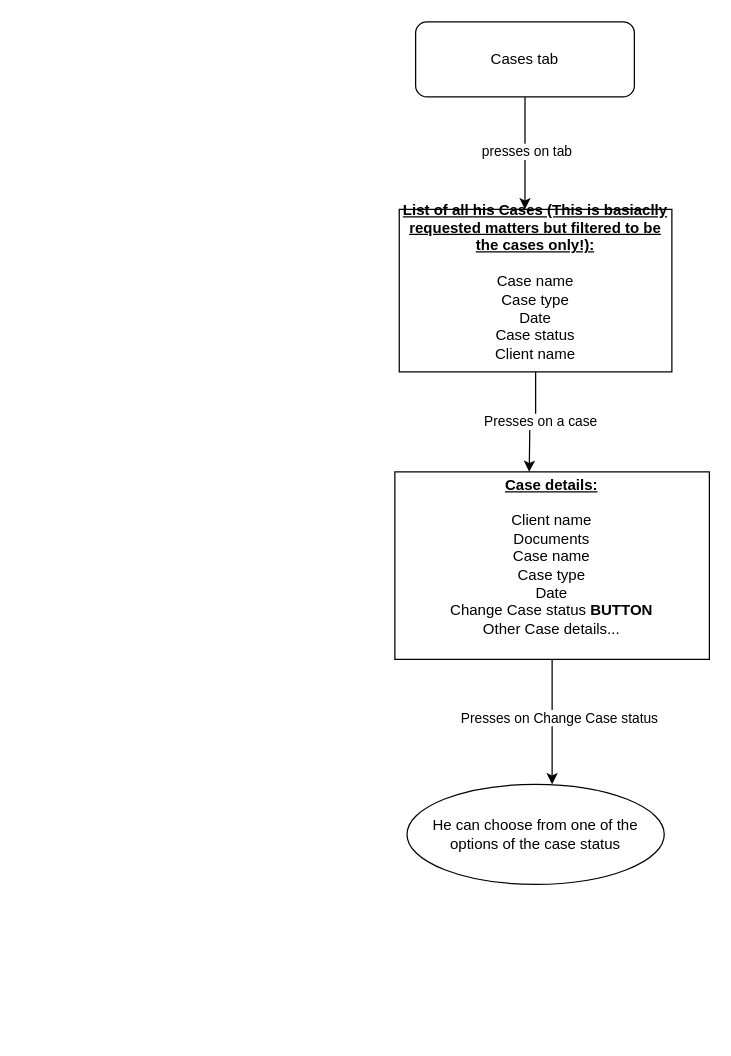
Before: page "CasesTab" (8 of 10) of LawyerApp.drawio in tariq7299/LawyerPrep, a draw.io diagram. Source tidied: cells renumbered, new cells numbered last; positions are measured from the earlier drawing's top-left corner, leaving out a move shared by most shapes. Both pictures are drawn from the tidied source at 125%, with x=0, y=0 at pixel (394, 21).
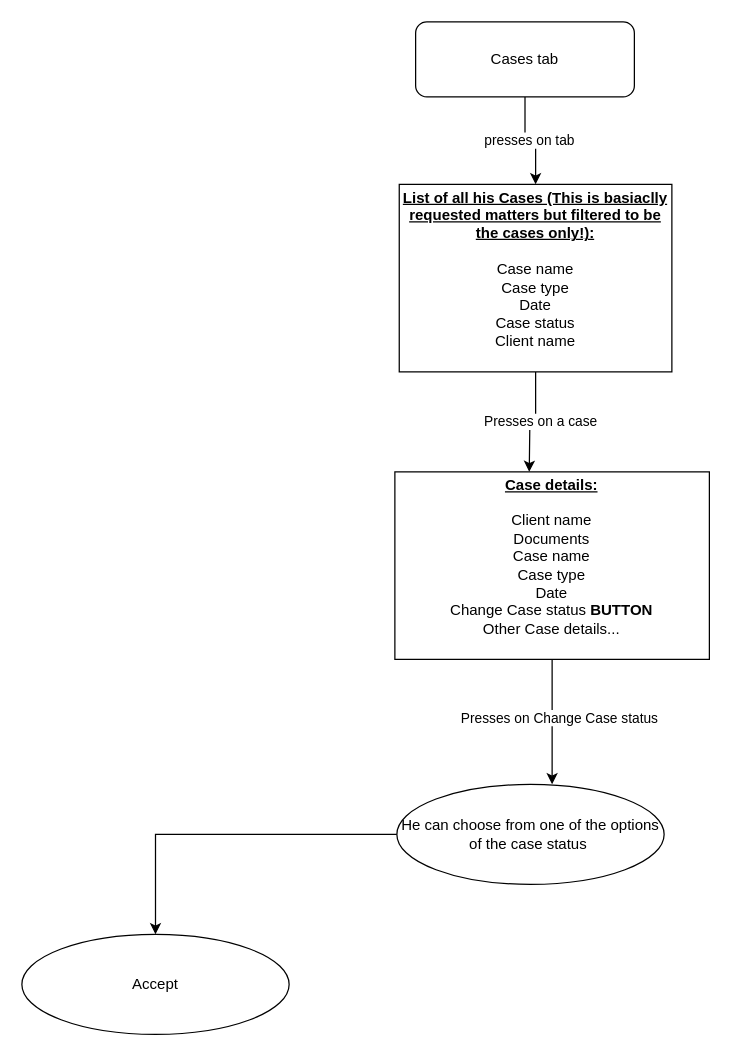
Above is the later version.

What changed in the source:
```diff
@@
 <mxGraphModel>
   <root>
     <mxCell id="0" />
     <mxCell id="1" parent="0" />
-    <mxCell id="2" style="edgeStyle=orthogonalEdgeStyle;rounded=0;jettySize=auto;html=1;" parent="1" edge="1" source="4">
-      <mxGeometry relative="1" as="geometry">
-        <mxPoint x="104.5" y="150" as="targetPoint" />
-      </mxGeometry>
+    <mxCell id="2" style="edgeStyle=orthogonalEdgeStyle;rounded=0;jettySize=auto;html=1;" parent="1" edge="1" source="4" target="7">
+      <mxGeometry relative="1" as="geometry" />
     </mxCell>
     <mxCell id="3" value="presses on tab" style="edgeLabel;html=1;align=center;verticalAlign=middle;" parent="2" vertex="1">
       <mxGeometry x="-0.04" y="1" relative="1" as="geometry" />
     </mxCell>
     <mxCell id="4" value="Cases tab" style="rounded=1;whiteSpace=wrap;html=1;" parent="1" vertex="1">
       <mxGeometry x="17" width="175" height="60" as="geometry" />
     </mxCell>
     <mxCell id="5" style="edgeStyle=orthogonalEdgeStyle;rounded=0;jettySize=auto;html=1;" parent="1" edge="1" source="7">
       <mxGeometry relative="1" as="geometry">
         <mxPoint x="107.9" y="360" as="targetPoint" />
       </mxGeometry>
     </mxCell>
     <mxCell id="6" value="Presses on a case" style="edgeLabel;html=1;align=center;verticalAlign=middle;" parent="5" vertex="1">
       <mxGeometry x="-0.08" y="3" relative="1" as="geometry" />
     </mxCell>
     <mxCell id="7" value="&lt;b&gt;&lt;u style=&quot;&quot;&gt;List of all his Cases (This is basiaclly requested matters but filtered to be the cases only!):&lt;/u&gt;&lt;/b&gt;&lt;div&gt;&lt;br&gt;&lt;div&gt;Case name&lt;/div&gt;&lt;div&gt;Case type&lt;/div&gt;&lt;div&gt;Date&lt;/div&gt;&lt;div&gt;Case status&lt;/div&gt;&lt;div&gt;Client name&lt;/div&gt;&lt;div&gt;&lt;br&gt;&lt;/div&gt;&lt;/div&gt;" style="rounded=0;whiteSpace=wrap;html=1;" parent="1" vertex="1">
-      <mxGeometry x="3.9" y="150" width="218.1" height="130" as="geometry" />
+      <mxGeometry x="3.9" y="130" width="218.1" height="150" as="geometry" />
     </mxCell>
     <mxCell id="8" style="edgeStyle=orthogonalEdgeStyle;rounded=0;jettySize=auto;html=1;" parent="1" edge="1" source="10">
       <mxGeometry relative="1" as="geometry">
         <mxPoint x="126.2" y="610" as="targetPoint" />
       </mxGeometry>
     </mxCell>
     <mxCell id="9" value="Presses on Change Case status" style="edgeLabel;html=1;align=center;verticalAlign=middle;" parent="8" vertex="1">
       <mxGeometry x="-0.08" y="5" relative="1" as="geometry" />
     </mxCell>
     <mxCell id="10" value="&lt;b&gt;&lt;u&gt;Case details:&lt;/u&gt;&lt;/b&gt;&lt;div&gt;&lt;br&gt;&lt;/div&gt;&lt;div&gt;Client name&lt;/div&gt;&lt;div&gt;Documents&lt;/div&gt;&lt;div&gt;&lt;div&gt;Case name&lt;/div&gt;&lt;div&gt;Case type&lt;/div&gt;&lt;div&gt;Date&lt;/div&gt;&lt;div&gt;Change Case status &lt;b&gt;BUTTON&lt;/b&gt;&lt;br&gt;Other Case details...&lt;/div&gt;&lt;div&gt;&lt;br&gt;&lt;/div&gt;&lt;/div&gt;" style="rounded=0;whiteSpace=wrap;html=1;" parent="1" vertex="1">
       <mxGeometry x="0.4" y="360" width="251.6" height="150" as="geometry" />
     </mxCell>
+    <mxCell id="12" style="edgeStyle=orthogonalEdgeStyle;rounded=0;jettySize=auto;html=1;" parent="1" edge="1" source="11" target="13">
+      <mxGeometry relative="1" as="geometry" />
+    </mxCell>
-    <mxCell id="11" value="He can choose from one of the options of the case status" style="ellipse;whiteSpace=wrap;html=1;" parent="1" vertex="1">
-      <mxGeometry x="10.1" y="610" width="205.8" height="80" as="geometry" />
+    <mxCell id="11" value="He can choose from one of the options of the case status&amp;nbsp;" style="ellipse;whiteSpace=wrap;html=1;" parent="1" vertex="1">
+      <mxGeometry x="2" y="610" width="213.8" height="80" as="geometry" />
     </mxCell>
+    <mxCell id="13" value="Accept" style="ellipse;whiteSpace=wrap;html=1;" parent="1" vertex="1">
+      <mxGeometry x="-298" y="730" width="213.8" height="80" as="geometry" />
+    </mxCell>
   </root>
 </mxGraphModel>
```
